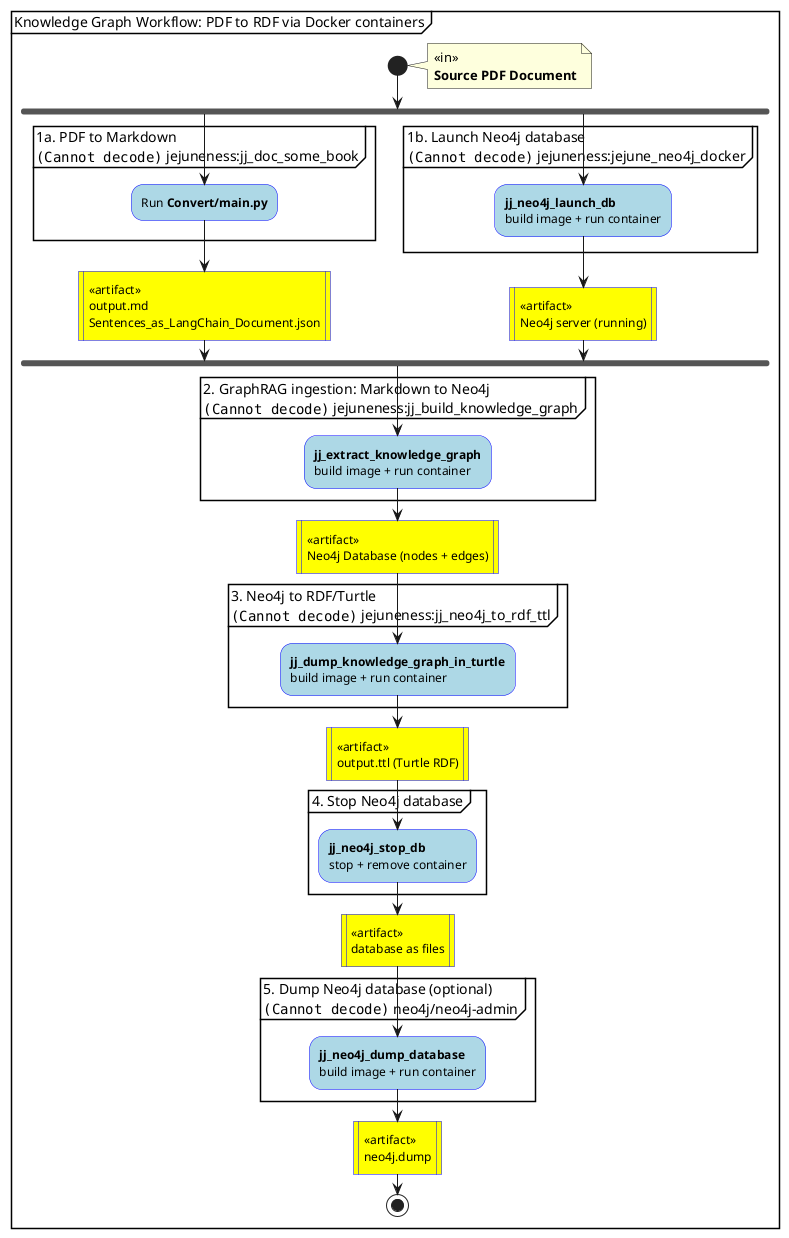
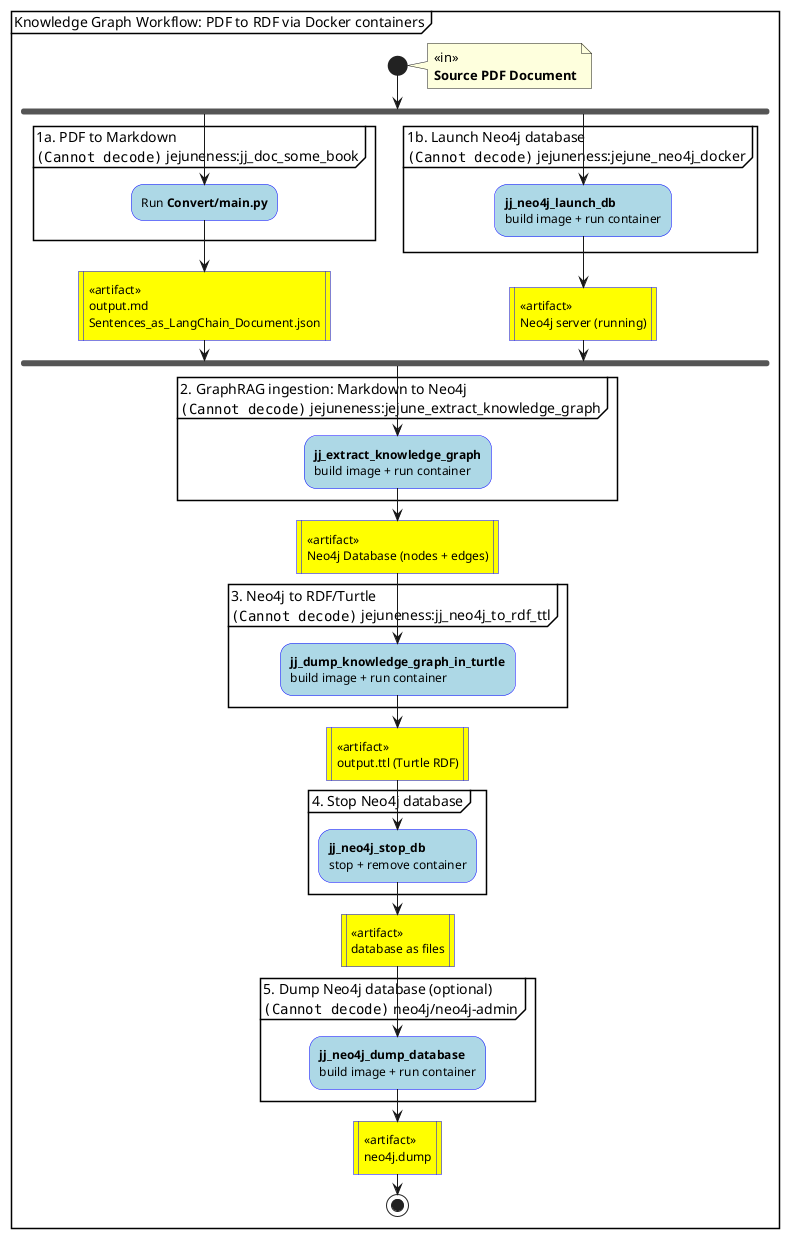
@startuml

skinparam activity {
  BackgroundColor #LightBlue
  BorderColor #Blue
}

partition "Knowledge Graph Workflow: PDF to RDF via Docker containers" {

  start
  note right : <<in>>\n**Source PDF Document**

  fork
    partition "1a. PDF to Markdown\n<img:docker_flaticon_919853_24.png> jejuneness:jj_doc_some_book" {
      :Run **Convert/main.py**;
    }

    #Yellow:<<artifact>>\noutput.md\nSentences_as_LangChain_Document.json|

  fork again

    partition "1b. Launch Neo4j database\n<img:docker_flaticon_919853_24.png> jejuneness:jejune_neo4j_docker" {
      :**jj_neo4j_launch_db**\nbuild image + run container;
    }

    #Yellow:<<artifact>>\nNeo4j server (running)|

  end fork

-   partition "2. GraphRAG ingestion: Markdown to Neo4j\n<img:docker_flaticon_919853_24.png> jejuneness:jj_build_knowledge_graph" {
+   partition "2. GraphRAG ingestion: Markdown to Neo4j\n<img:docker_flaticon_919853_24.png> jejuneness:jejune_extract_knowledge_graph" {
    :**jj_extract_knowledge_graph**\nbuild image + run container;
  }

  #Yellow:<<artifact>>\nNeo4j Database (nodes + edges)|

  partition "3. Neo4j to RDF/Turtle\n<img:docker_flaticon_919853_24.png> jejuneness:jj_neo4j_to_rdf_ttl" {
    :**jj_dump_knowledge_graph_in_turtle**\nbuild image + run container;
  }

  #Yellow:<<artifact>>\noutput.ttl (Turtle RDF)|

  partition "4. Stop Neo4j database" {
    :**jj_neo4j_stop_db**\nstop + remove container;
  }

  #Yellow:<<artifact>>\ndatabase as files|

  partition "5. Dump Neo4j database (optional)\n<img:docker_flaticon_919853_24.png> neo4j/neo4j-admin" {
    :**jj_neo4j_dump_database**\nbuild image + run container;
  }

  #Yellow:<<artifact>>\nneo4j.dump|

  stop

}

@enduml
